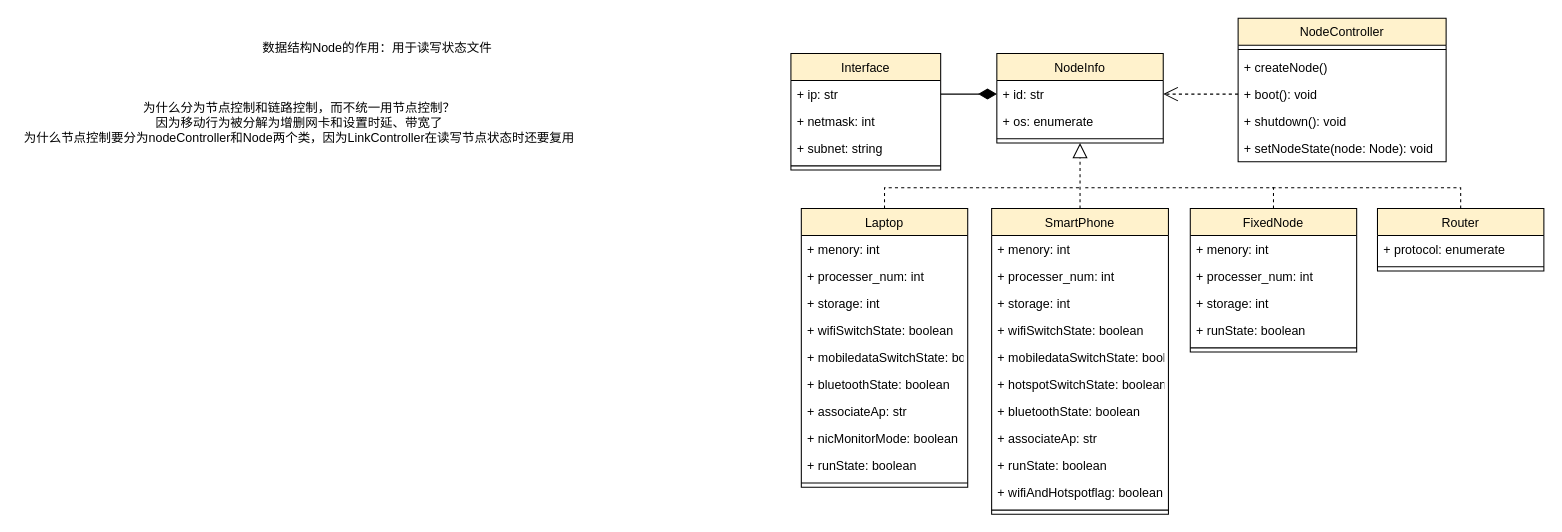
This is page "类图_节点控制模块" (7 of 12) of 仿真功能模块UML类图.drawio from Icarus1994/neutron_conf, a draw.io file, before an edit. Source tidied: cells renumbered, new cells numbered last; positions are measured from the earlier drawing's top-left corner, leaving out a move shared by most shapes. Both pictures are drawn from the tidied source at 104%, with x=0, y=0 at pixel (18, 18).
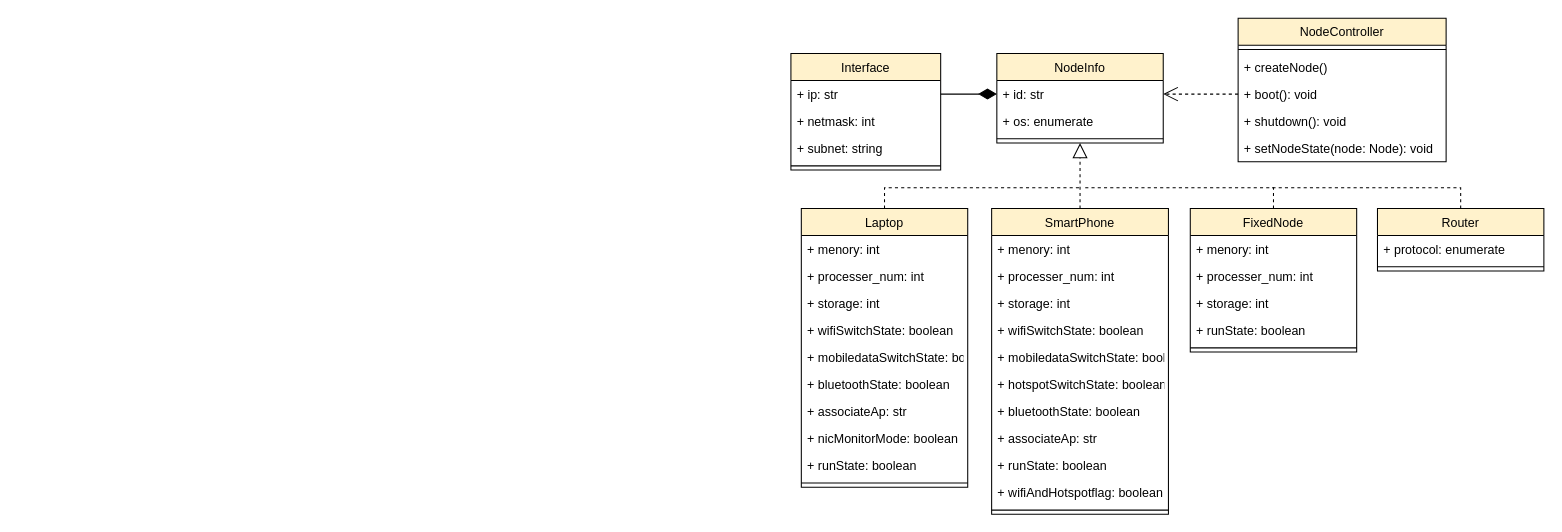
Above is the later version.

Change to the diagram source:
```diff
@@
-    <mxCell id="3" value="数据结构Node的作用：用于读写状态文件" style="text;html=1;align=center;verticalAlign=middle;" parent="1" vertex="1">
-      <mxGeometry x="225" y="19" width="240" height="20" as="geometry" />
-    </mxCell>
-    <mxCell id="4" value="为什么分为节点控制和链路控制，而不统一用节点控制？&lt;br&gt;因为移动行为被分解为增删网卡和设置时延、带宽了&lt;br&gt;为什么节点控制要分为nodeController和Node两个类，因为LinkController在读写节点状态时还要复用" style="text;html=1;align=center;verticalAlign=middle;" parent="1" vertex="1">
-      <mxGeometry y="76" width="540" height="50" as="geometry" />
-    </mxCell>
```
